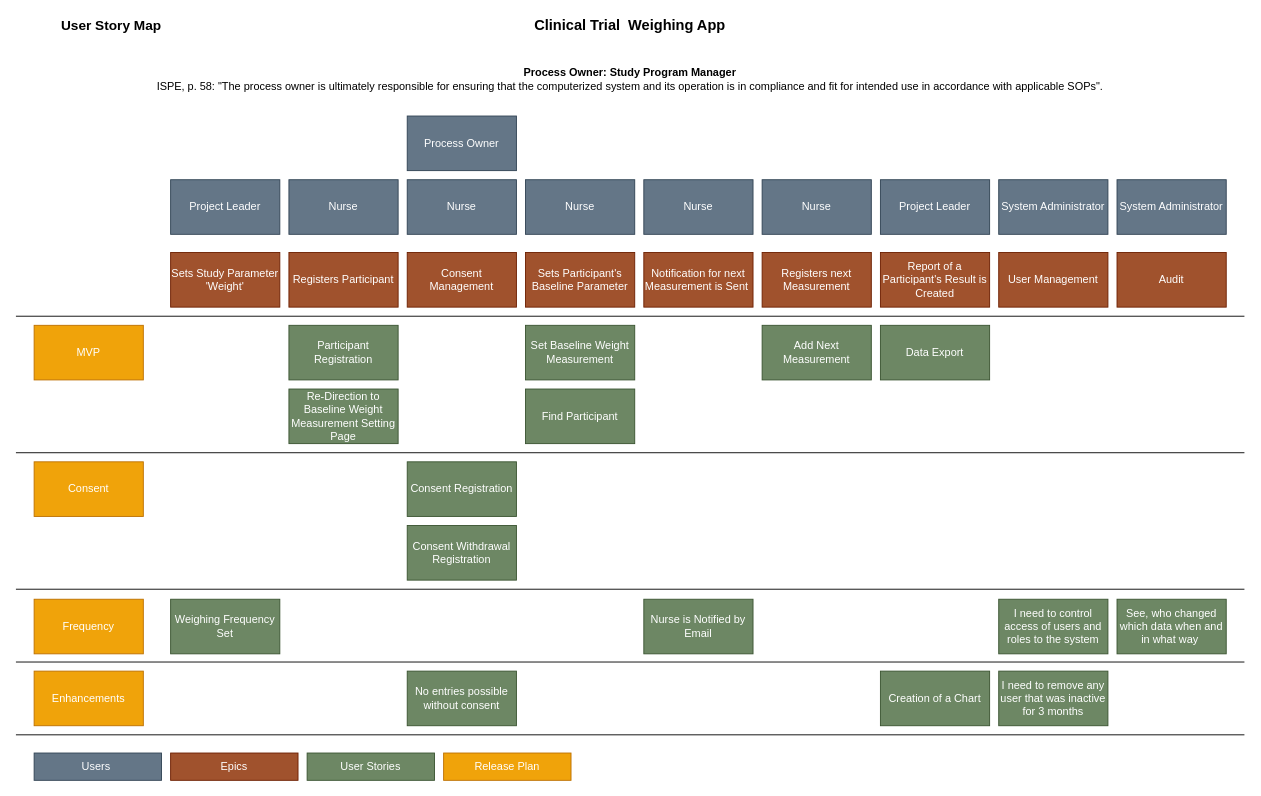
Earlier version of the draw.io diagram jba-oq-documents/JBA_UserStoryMap.drawio (sableu/BDD4OQ). Source tidied: cells renumbered, new cells numbered last; positions are measured from the earlier drawing's top-left corner, leaving out a move shared by most shapes. Both pictures are drawn from the tidied source at 91%, with x=0, y=0 at pixel (15, 15).
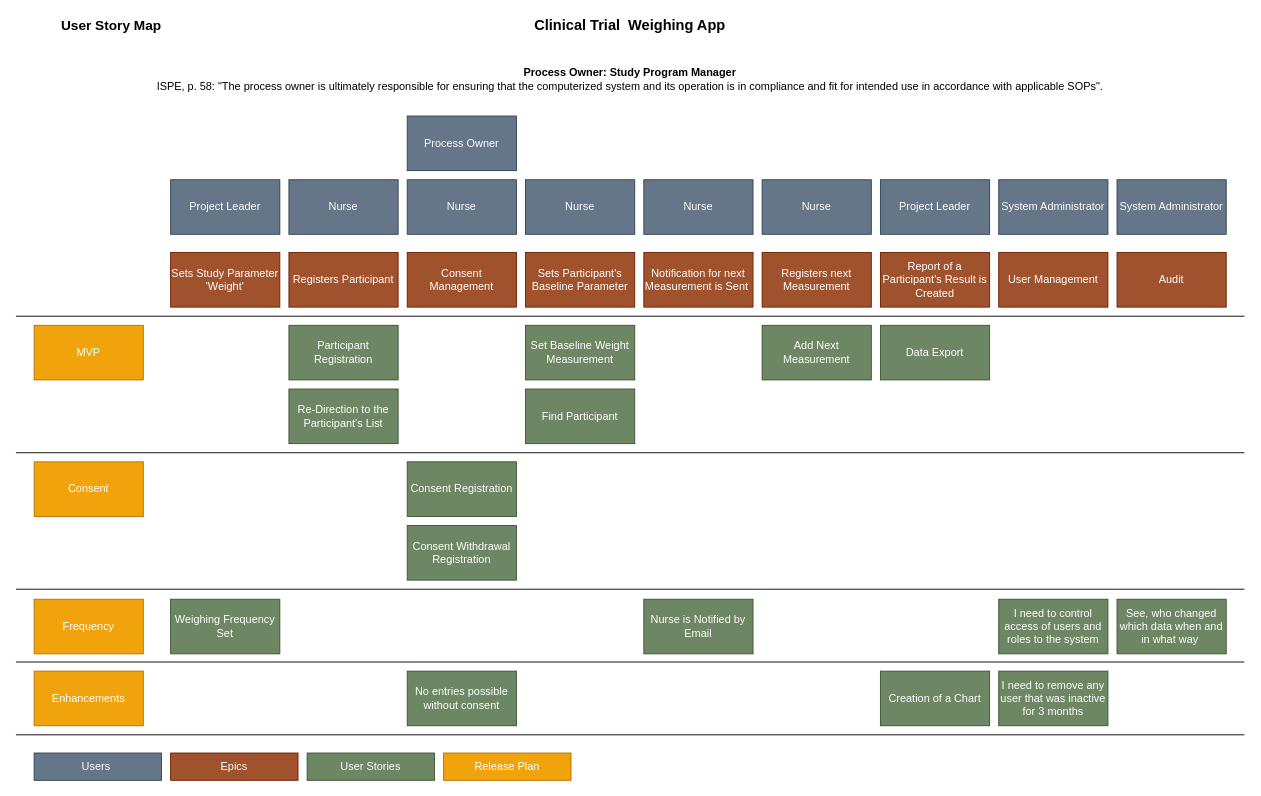
The same page after the edit.

Diff of the diagram source:
```diff
@@
-    <mxCell id="51" value="Re-Direction to Baseline Weight Measurement Setting Page" style="rounded=0;whiteSpace=wrap;html=1;fillColor=#6d8764;strokeColor=#3A5431;fontColor=#ffffff;" parent="1" vertex="1">
+    <mxCell id="51" value="Re-Direction to the Participant's List" style="rounded=0;whiteSpace=wrap;html=1;fillColor=#6d8764;strokeColor=#3A5431;fontColor=#ffffff;" parent="1" vertex="1">
       <mxGeometry x="300" y="410" width="120" height="60" as="geometry" />
     </mxCell>
```
